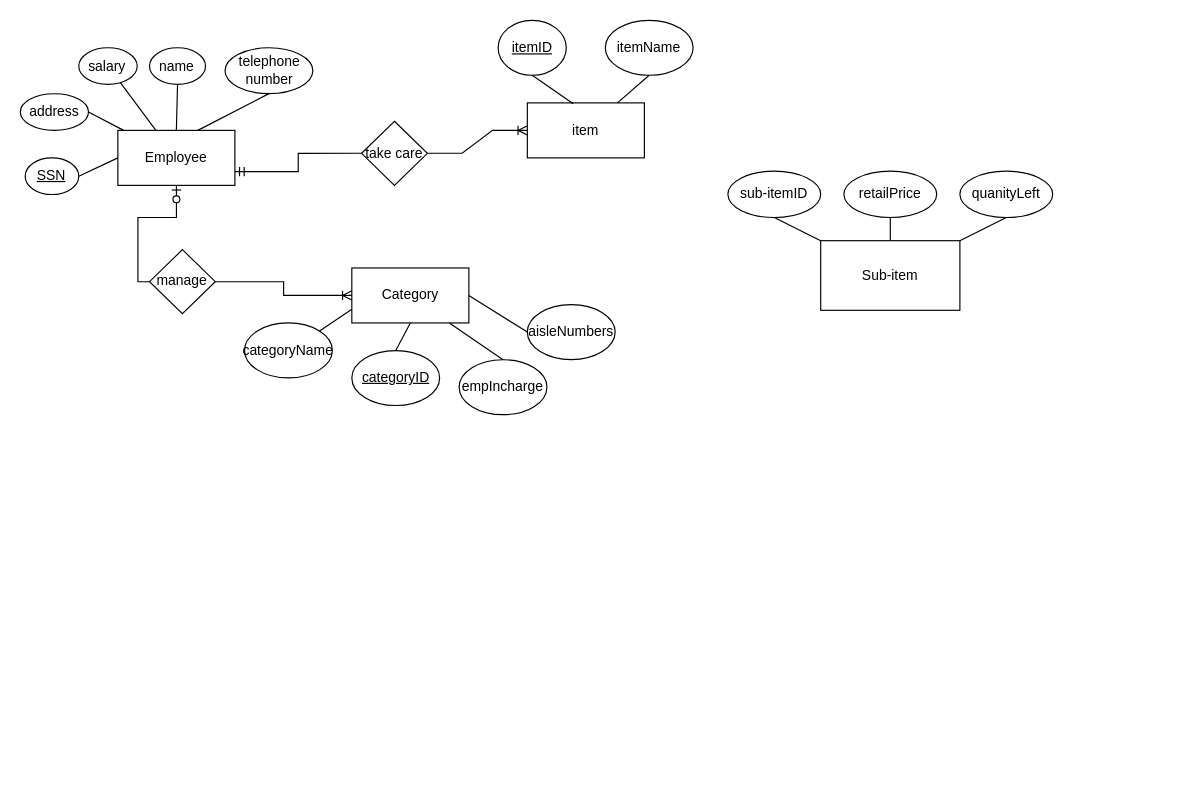
Before: Homework_1_Database.drawio in kiethoang1411/CPSC_332_Database, a draw.io diagram. Source tidied: cells renumbered, new cells numbered last; positions are measured from the earlier drawing's top-left corner, leaving out a move shared by most shapes. Both pictures are drawn from the tidied source at 116%, with x=0, y=0 at pixel (20, 20).
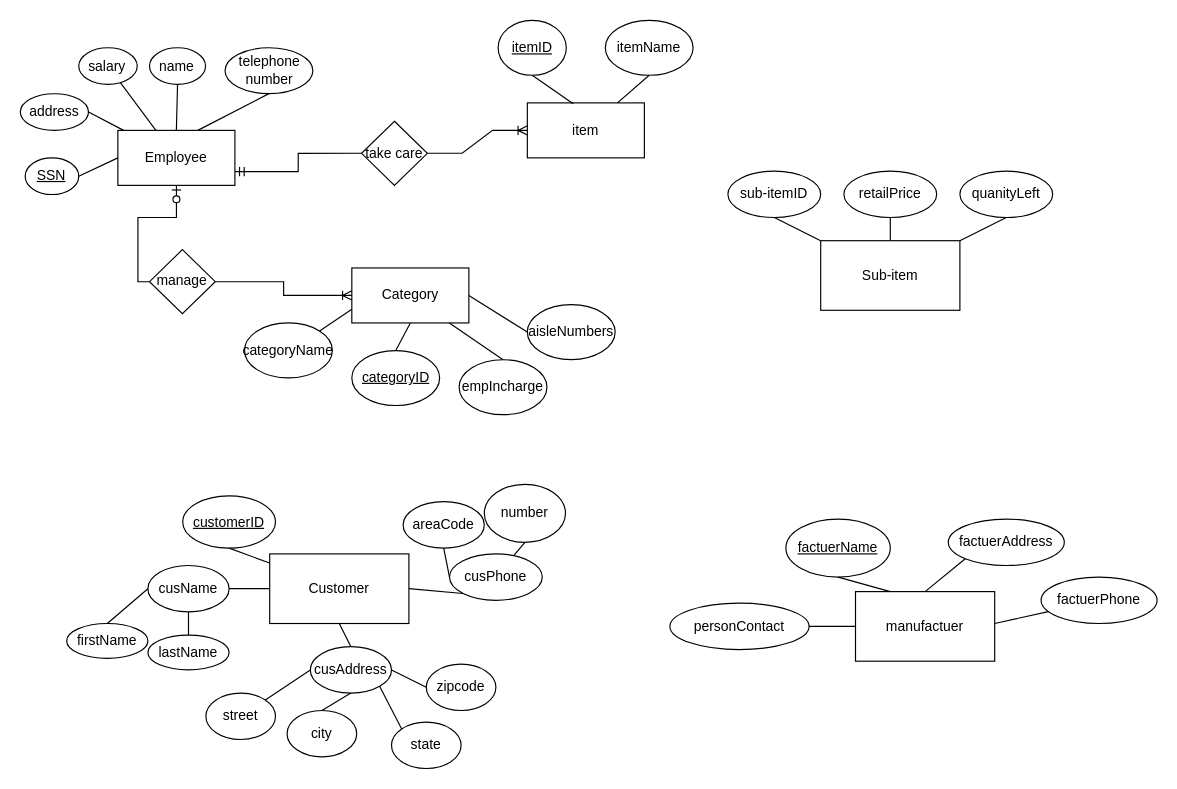
Above is the later version.

The edit, as a diff of the source:
```diff
@@
+    <mxCell id="42" style="group;" parent="1" vertex="1">
+      <mxGeometry x="40" y="400" width="430" height="245" as="geometry" />
+    </mxCell>
+    <mxCell id="43" value="Customer" style="rounded=0;whiteSpace=wrap;html=1;" parent="42" vertex="1">
+      <mxGeometry x="175" y="60" width="120" height="60" as="geometry" />
+    </mxCell>
+    <mxCell id="44" value="&lt;u&gt;customerID&lt;/u&gt;" style="ellipse;whiteSpace=wrap;html=1;" parent="42" vertex="1">
+      <mxGeometry x="100" y="10" width="80" height="45" as="geometry" />
+    </mxCell>
+    <mxCell id="45" value="cusName" style="ellipse;whiteSpace=wrap;html=1;" parent="42" vertex="1">
+      <mxGeometry x="70" y="70" width="70" height="40" as="geometry" />
+    </mxCell>
+    <mxCell id="46" value="cusAddress" style="ellipse;whiteSpace=wrap;html=1;" parent="42" vertex="1">
+      <mxGeometry x="210" y="140" width="70" height="40" as="geometry" />
+    </mxCell>
+    <mxCell id="47" value="cusPhone" style="ellipse;whiteSpace=wrap;html=1;" parent="42" vertex="1">
+      <mxGeometry x="330" y="60" width="80" height="40" as="geometry" />
+    </mxCell>
+    <mxCell id="48" style="endArrow=none;html=1;rounded=0;exitX=1;exitY=0.5;exitDx=0;exitDy=0;entryX=0;entryY=0.5;entryDx=0;entryDy=0;" parent="42" edge="1" source="45" target="43">
+      <mxGeometry relative="1" as="geometry" />
+    </mxCell>
+    <mxCell id="49" style="endArrow=none;html=1;rounded=0;exitX=0.5;exitY=1;exitDx=0;exitDy=0;" parent="42" edge="1" source="44" target="43">
+      <mxGeometry relative="1" as="geometry" />
+    </mxCell>
+    <mxCell id="50" style="endArrow=none;html=1;rounded=0;exitX=0.5;exitY=0;exitDx=0;exitDy=0;entryX=0.5;entryY=1;entryDx=0;entryDy=0;" parent="42" edge="1" source="46" target="43">
+      <mxGeometry relative="1" as="geometry" />
+    </mxCell>
+    <mxCell id="51" style="endArrow=none;html=1;rounded=0;entryX=1;entryY=0.5;entryDx=0;entryDy=0;exitX=0;exitY=1;exitDx=0;exitDy=0;" parent="42" edge="1" source="47" target="43">
+      <mxGeometry relative="1" as="geometry" />
+    </mxCell>
+    <mxCell id="52" value="firstName" style="ellipse;whiteSpace=wrap;html=1;" parent="42" vertex="1">
+      <mxGeometry y="120" width="70" height="30" as="geometry" />
+    </mxCell>
+    <mxCell id="53" value="lastName" style="ellipse;whiteSpace=wrap;html=1;" parent="42" vertex="1">
+      <mxGeometry x="70" y="130" width="70" height="30" as="geometry" />
+    </mxCell>
+    <mxCell id="54" style="endArrow=none;html=1;rounded=0;exitX=0.5;exitY=0;exitDx=0;exitDy=0;entryX=0;entryY=0.5;entryDx=0;entryDy=0;" parent="42" edge="1" source="52" target="45">
+      <mxGeometry relative="1" as="geometry" />
+    </mxCell>
+    <mxCell id="55" style="endArrow=none;html=1;rounded=0;entryX=0.5;entryY=1;entryDx=0;entryDy=0;" parent="42" edge="1" source="53" target="45">
+      <mxGeometry relative="1" as="geometry" />
+    </mxCell>
+    <mxCell id="56" value="street" style="ellipse;whiteSpace=wrap;html=1;" parent="42" vertex="1">
+      <mxGeometry x="120" y="180" width="60" height="40" as="geometry" />
+    </mxCell>
+    <mxCell id="57" value="city" style="ellipse;whiteSpace=wrap;html=1;" parent="42" vertex="1">
+      <mxGeometry x="190" y="195" width="60" height="40" as="geometry" />
+    </mxCell>
+    <mxCell id="58" value="state" style="ellipse;whiteSpace=wrap;html=1;" parent="42" vertex="1">
+      <mxGeometry x="280" y="205" width="60" height="40" as="geometry" />
+    </mxCell>
+    <mxCell id="59" value="zipcode" style="ellipse;whiteSpace=wrap;html=1;" parent="42" vertex="1">
+      <mxGeometry x="310" y="155" width="60" height="40" as="geometry" />
+    </mxCell>
+    <mxCell id="60" style="endArrow=none;html=1;rounded=0;exitX=0;exitY=0;exitDx=0;exitDy=0;entryX=1;entryY=1;entryDx=0;entryDy=0;" parent="42" edge="1" source="58" target="46">
+      <mxGeometry relative="1" as="geometry" />
+    </mxCell>
+    <mxCell id="61" style="endArrow=none;html=1;rounded=0;exitX=0.5;exitY=0;exitDx=0;exitDy=0;entryX=0.5;entryY=1;entryDx=0;entryDy=0;" parent="42" edge="1" source="57" target="46">
+      <mxGeometry relative="1" as="geometry" />
+    </mxCell>
+    <mxCell id="62" style="endArrow=none;html=1;rounded=0;entryX=0;entryY=0.5;entryDx=0;entryDy=0;" parent="42" edge="1" source="56" target="46">
+      <mxGeometry relative="1" as="geometry" />
+    </mxCell>
+    <mxCell id="63" style="endArrow=none;html=1;rounded=0;exitX=0;exitY=0.5;exitDx=0;exitDy=0;entryX=1;entryY=0.5;entryDx=0;entryDy=0;" parent="42" edge="1" source="59" target="46">
+      <mxGeometry relative="1" as="geometry" />
+    </mxCell>
+    <mxCell id="64" value="areaCode" style="ellipse;whiteSpace=wrap;html=1;" parent="42" vertex="1">
+      <mxGeometry x="290" y="15" width="70" height="40" as="geometry" />
+    </mxCell>
+    <mxCell id="65" value="number" style="ellipse;whiteSpace=wrap;html=1;" parent="42" vertex="1">
+      <mxGeometry x="360" width="70" height="50" as="geometry" />
+    </mxCell>
+    <mxCell id="66" style="endArrow=none;html=1;rounded=0;exitX=0.5;exitY=1;exitDx=0;exitDy=0;entryX=0;entryY=0.5;entryDx=0;entryDy=0;" parent="42" edge="1" source="64" target="47">
+      <mxGeometry relative="1" as="geometry" />
+    </mxCell>
+    <mxCell id="67" style="endArrow=none;html=1;rounded=0;exitX=0.5;exitY=1;exitDx=0;exitDy=0;" parent="42" edge="1" source="65" target="47">
+      <mxGeometry relative="1" as="geometry" />
+    </mxCell>
+    <mxCell id="68" value="manufactuer" style="rounded=0;whiteSpace=wrap;html=1;" parent="1" vertex="1">
+      <mxGeometry x="720" y="492.5" width="120" height="60" as="geometry" />
+    </mxCell>
+    <mxCell id="69" value="personContact" style="ellipse;whiteSpace=wrap;html=1;" parent="1" vertex="1">
+      <mxGeometry x="560" y="502.5" width="120" height="40" as="geometry" />
+    </mxCell>
+    <mxCell id="70" value="factuerPhone" style="ellipse;whiteSpace=wrap;html=1;" parent="1" vertex="1">
+      <mxGeometry x="880" y="480" width="100" height="40" as="geometry" />
+    </mxCell>
+    <mxCell id="71" value="factuerAddress" style="ellipse;whiteSpace=wrap;html=1;" parent="1" vertex="1">
+      <mxGeometry x="800" y="430" width="100" height="40" as="geometry" />
+    </mxCell>
+    <mxCell id="72" value="&lt;u&gt;factuerName&lt;/u&gt;" style="ellipse;whiteSpace=wrap;html=1;" parent="1" vertex="1">
+      <mxGeometry x="660" y="430" width="90" height="50" as="geometry" />
+    </mxCell>
+    <mxCell id="73" style="endArrow=none;html=1;rounded=0;exitX=1;exitY=0.5;exitDx=0;exitDy=0;entryX=0;entryY=0.5;entryDx=0;entryDy=0;" parent="1" edge="1" source="69" target="68">
+      <mxGeometry relative="1" as="geometry" />
+    </mxCell>
+    <mxCell id="74" style="endArrow=none;html=1;rounded=0;exitX=0.5;exitY=1;exitDx=0;exitDy=0;entryX=0.25;entryY=0;entryDx=0;entryDy=0;" parent="1" edge="1" source="72" target="68">
+      <mxGeometry relative="1" as="geometry" />
+    </mxCell>
+    <mxCell id="75" style="endArrow=none;html=1;rounded=0;entryX=0;entryY=1;entryDx=0;entryDy=0;exitX=0.5;exitY=0;exitDx=0;exitDy=0;" parent="1" edge="1" source="68" target="71">
+      <mxGeometry relative="1" as="geometry" />
+    </mxCell>
+    <mxCell id="76" style="endArrow=none;html=1;rounded=0;" parent="1" edge="1" target="70">
+      <mxGeometry relative="1" as="geometry">
+        <mxPoint x="840" y="520" as="sourcePoint" />
+      </mxGeometry>
+    </mxCell>
```
